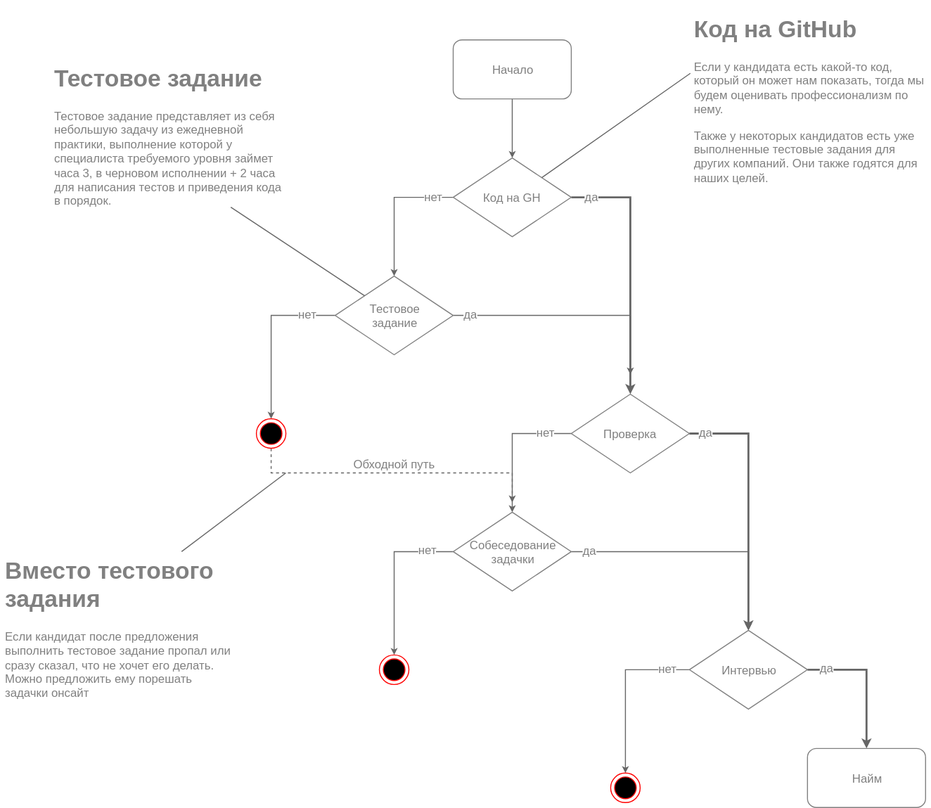
Above: hiring.svg in ajile/draw-io (draw.io), before the change. Source tidied: cells renumbered, new cells last; positions are measured from the earlier drawing's top-left corner, leaving out a move shared by most shapes.
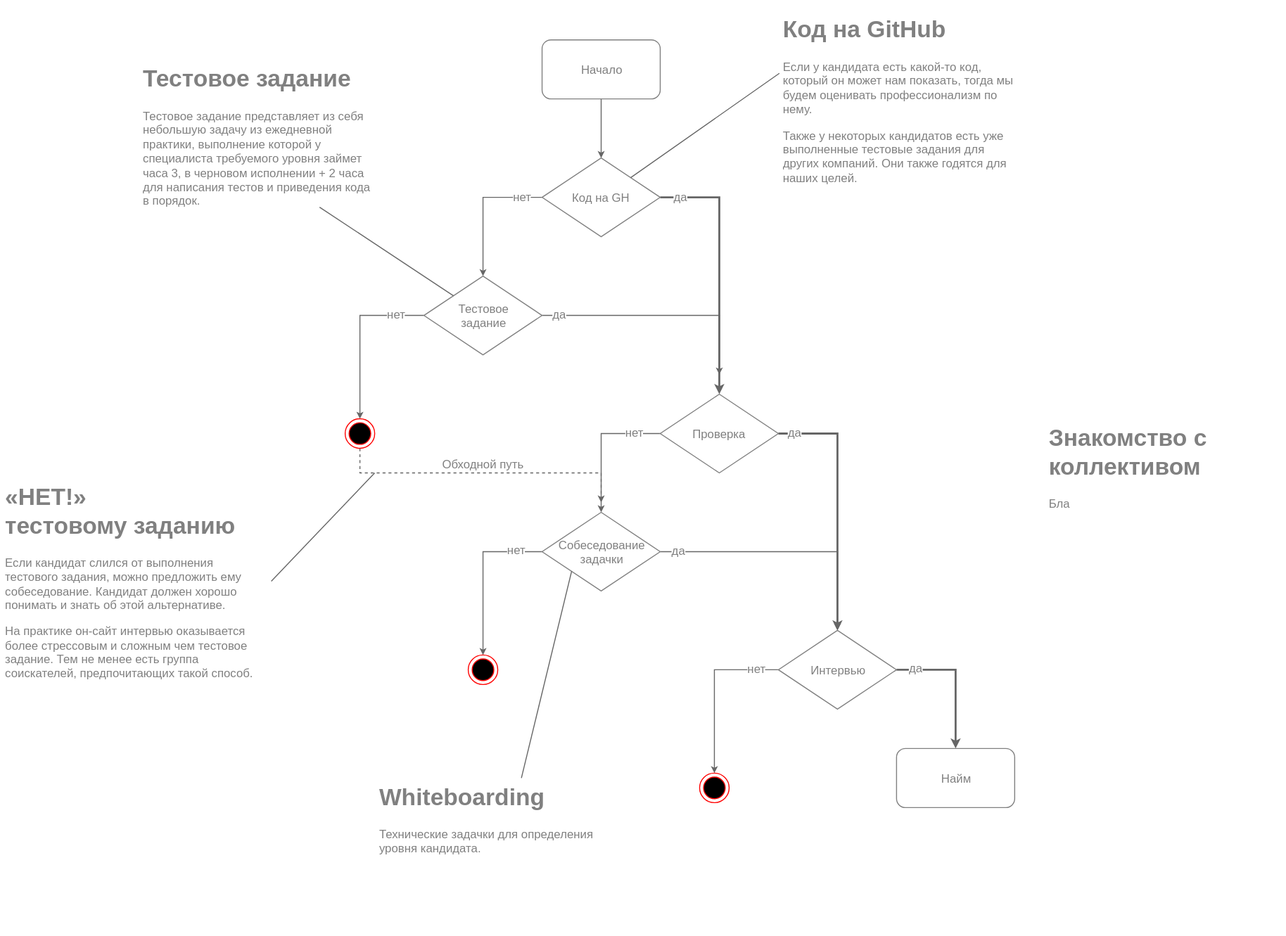
Later version of the same file.

Diff of the diagram source:
```diff
@@ -159,13 +159,22 @@
     <mxCell id="38" value="&lt;h1&gt;Тестовое задание&lt;/h1&gt;&lt;p&gt;Тестовое задание представляет из себя небольшую задачу из ежедневной практики, выполнение которой у специалиста требуемого уровня займет часа 3, в черновом исполнении + 2 часа для написания тестов и приведения кода в порядок.&lt;/p&gt;" style="text;html=1;strokeColor=none;fillColor=none;spacing=5;spacingTop=-20;whiteSpace=wrap;overflow=hidden;fontSize=12;fontColor=#808080;align=left;" parent="1" vertex="1">
       <mxGeometry x="50" y="50" width="245" height="150" as="geometry" />
     </mxCell>
-    <mxCell id="39" value="&lt;h1&gt;Вместо тестового задания&lt;/h1&gt;&lt;p&gt;Если кандидат после предложения выполнить тестовое задание пропал или сразу сказал, что не хочет его делать. Можно предложить ему порешать задачки онсайт&lt;/p&gt;" style="text;html=1;strokeColor=none;fillColor=none;spacing=5;spacingTop=-20;whiteSpace=wrap;overflow=hidden;fontSize=12;fontColor=#808080;align=left;" parent="1" vertex="1">
-      <mxGeometry y="550" width="245" height="190" as="geometry" />
+    <mxCell id="39" value="&lt;h1&gt;«НЕТ!»&lt;br&gt;тестовому заданию&lt;/h1&gt;&lt;p&gt;Если кандидат слился от выполнения тестового задания, можно предложить ему собеседование. Кандидат должен хорошо понимать и знать об этой альтернативе.&lt;/p&gt;&lt;p&gt;На практике он-сайт интервью оказывается более стрессовым и сложным чем тестовое задание. Тем не менее есть группа соискателей, предпочитающих такой способ.&lt;/p&gt;" style="text;html=1;strokeColor=none;fillColor=none;spacing=5;spacingTop=-20;whiteSpace=wrap;overflow=hidden;fontSize=12;fontColor=#808080;align=left;" parent="1" vertex="1">
+      <mxGeometry x="-90" y="475" width="275" height="210" as="geometry" />
     </mxCell>
-    <mxCell id="40" style="edgeStyle=none;rounded=0;html=1;startSize=4;endArrow=none;endFill=0;endSize=4;jettySize=auto;strokeColor=#666666;strokeWidth=1;fontSize=12;fontColor=#808080;exitX=0.75;exitY=0;" parent="1" edge="1" source="39">
+    <mxCell id="40" style="edgeStyle=none;rounded=0;html=1;startSize=4;endArrow=none;endFill=0;endSize=4;jettySize=auto;strokeColor=#666666;strokeWidth=1;fontSize=12;fontColor=#808080;exitX=1;exitY=0.5;" parent="1" edge="1" source="39">
       <mxGeometry relative="1" as="geometry">
         <mxPoint x="290" y="470" as="targetPoint" />
       </mxGeometry>
     </mxCell>
+    <mxCell id="41" value="&lt;h1&gt;Whiteboarding&lt;/h1&gt;&lt;p&gt;Технические задачки для определения уровня кандидата.&lt;/p&gt;" style="text;html=1;strokeColor=none;fillColor=none;spacing=5;spacingTop=-20;whiteSpace=wrap;overflow=hidden;fontSize=12;fontColor=#808080;align=left;" parent="1" vertex="1">
+      <mxGeometry x="290" y="780" width="245" height="160" as="geometry" />
+    </mxCell>
+    <mxCell id="42" value="&lt;h1&gt;Знакомство с коллективом&lt;/h1&gt;&lt;p&gt;Бла&lt;br&gt;&lt;/p&gt;" style="text;html=1;strokeColor=none;fillColor=none;spacing=5;spacingTop=-20;whiteSpace=wrap;overflow=hidden;fontSize=12;fontColor=#808080;align=left;" parent="1" vertex="1">
+      <mxGeometry x="970" y="415" width="245" height="190" as="geometry" />
+    </mxCell>
+    <mxCell id="43" style="edgeStyle=none;rounded=0;html=1;startSize=4;endArrow=none;endFill=0;endSize=4;jettySize=auto;strokeColor=#666666;strokeWidth=1;fontSize=12;fontColor=#808080;exitX=0.608;exitY=0;entryX=0;entryY=1;exitPerimeter=0;" parent="1" edge="1" source="41" target="23">
+      <mxGeometry relative="1" as="geometry" />
+    </mxCell>
   </root>
 </mxGraphModel>
```
